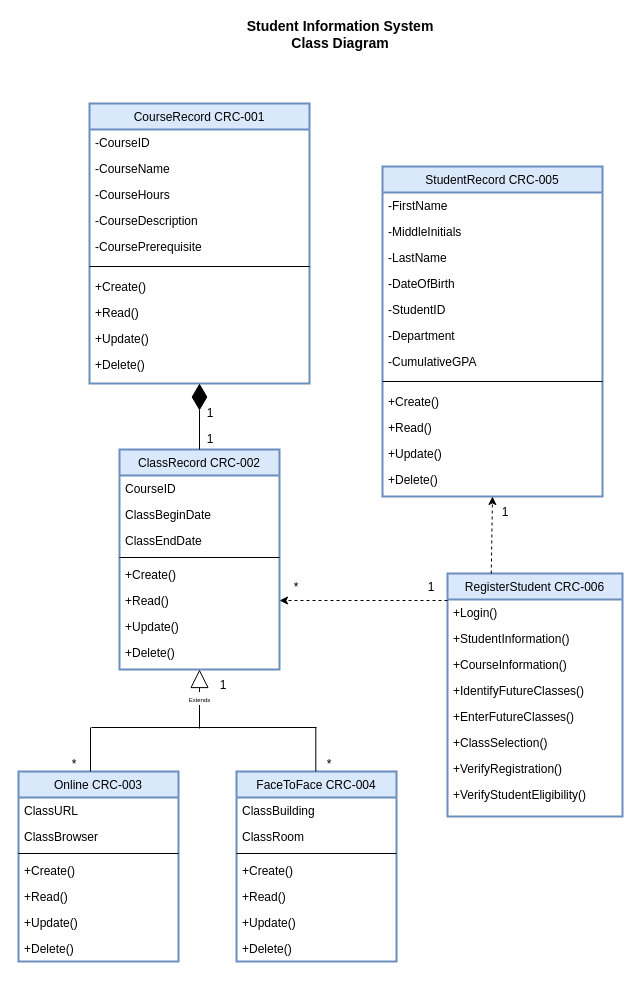
This is 4-1-Assignment.drawio from kincaidtk901/Workspace, a draw.io file, before an edit. Source tidied: cells renumbered, new cells numbered last; positions are measured from the earlier drawing's top-left corner, leaving out a move shared by most shapes. Both pictures are drawn from the tidied source at 100%, with x=0, y=0 at pixel (18, 20).
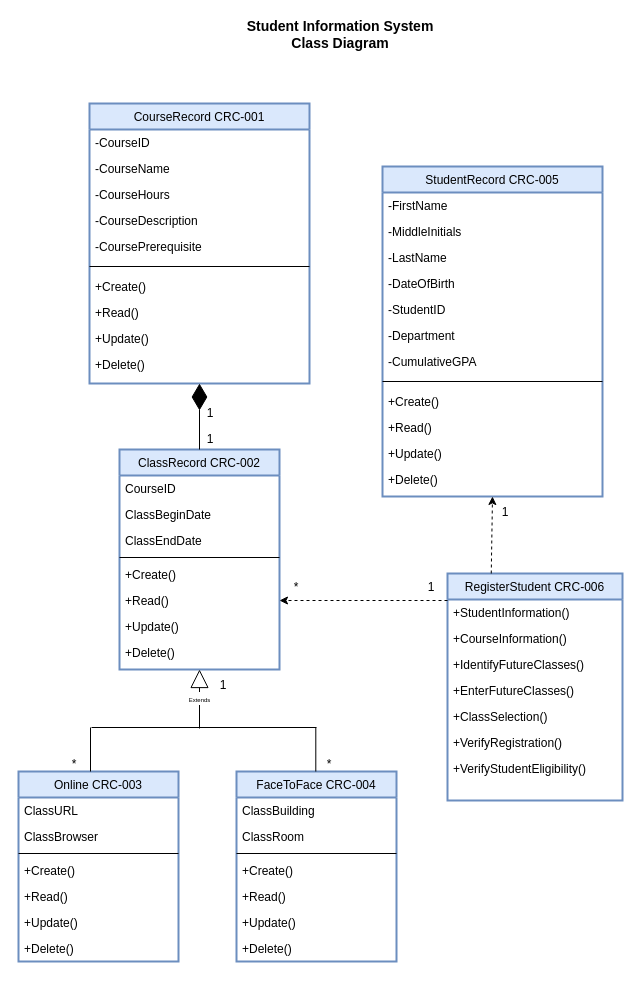
After the change.

Change to the diagram source:
```diff
@@
     <mxCell id="52" value="RegisterStudent CRC-006" style="swimlane;fontStyle=0;align=center;verticalAlign=top;horizontal=1;startSize=26;rounded=0;shadow=0;strokeWidth=2;fillColor=#dae8fc;strokeColor=#6c8ebf;" parent="1" vertex="1">
-      <mxGeometry x="429" y="553" width="175" height="243" as="geometry" />
+      <mxGeometry x="429" y="553" width="175" height="227" as="geometry" />
     </mxCell>
-    <mxCell id="53" value="+Login()" style="text;align=left;verticalAlign=top;spacingLeft=4;spacingRight=4;overflow=hidden;" parent="52" vertex="1">
-      <mxGeometry y="26" width="175" height="26" as="geometry" />
-    </mxCell>
     <mxCell id="54" value="+StudentInformation()" style="text;align=left;verticalAlign=top;spacingLeft=4;spacingRight=4;overflow=hidden;" parent="52" vertex="1">
-      <mxGeometry y="52" width="175" height="26" as="geometry" />
+      <mxGeometry y="26" width="175" height="26" as="geometry" />
     </mxCell>
     <mxCell id="55" value="+CourseInformation()" style="text;align=left;verticalAlign=top;spacingLeft=4;spacingRight=4;overflow=hidden;" parent="52" vertex="1">
-      <mxGeometry y="78" width="175" height="26" as="geometry" />
+      <mxGeometry y="52" width="175" height="26" as="geometry" />
     </mxCell>
     <mxCell id="56" value="+IdentifyFutureClasses()" style="text;align=left;verticalAlign=top;spacingLeft=4;spacingRight=4;overflow=hidden;" parent="52" vertex="1">
-      <mxGeometry y="104" width="175" height="26" as="geometry" />
+      <mxGeometry y="78" width="175" height="26" as="geometry" />
     </mxCell>
     <mxCell id="57" value="+EnterFutureClasses()" style="text;align=left;verticalAlign=top;spacingLeft=4;spacingRight=4;overflow=hidden;" parent="52" vertex="1">
-      <mxGeometry y="130" width="175" height="26" as="geometry" />
+      <mxGeometry y="104" width="175" height="26" as="geometry" />
     </mxCell>
     <mxCell id="58" value="+ClassSelection()" style="text;align=left;verticalAlign=top;spacingLeft=4;spacingRight=4;overflow=hidden;" parent="52" vertex="1">
-      <mxGeometry y="156" width="175" height="26" as="geometry" />
+      <mxGeometry y="130" width="175" height="26" as="geometry" />
     </mxCell>
     <mxCell id="59" value="+VerifyRegistration()" style="text;align=left;verticalAlign=top;spacingLeft=4;spacingRight=4;overflow=hidden;" parent="52" vertex="1">
-      <mxGeometry y="182" width="175" height="26" as="geometry" />
+      <mxGeometry y="156" width="175" height="26" as="geometry" />
     </mxCell>
     <mxCell id="60" value="+VerifyStudentEligibility()" style="text;align=left;verticalAlign=top;spacingLeft=4;spacingRight=4;overflow=hidden;" parent="52" vertex="1">
-      <mxGeometry y="208" width="175" height="26" as="geometry" />
+      <mxGeometry y="182" width="175" height="26" as="geometry" />
     </mxCell>
```
